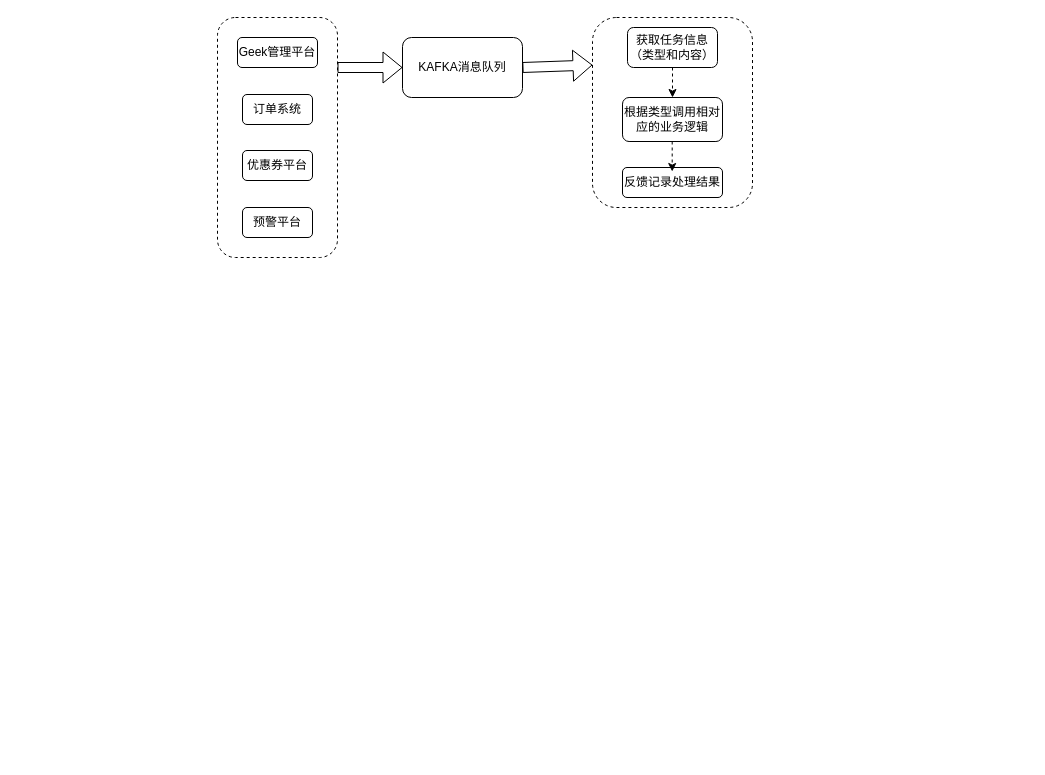
Above: message.drawio in yoooknight/Git (draw.io), before the change. Source tidied: cells renumbered, new cells numbered last; positions are measured from the earlier drawing's top-left corner, leaving out a move shared by most shapes. Both pictures are drawn from the tidied source at 100%, with x=0, y=0 at pixel (217, 17).
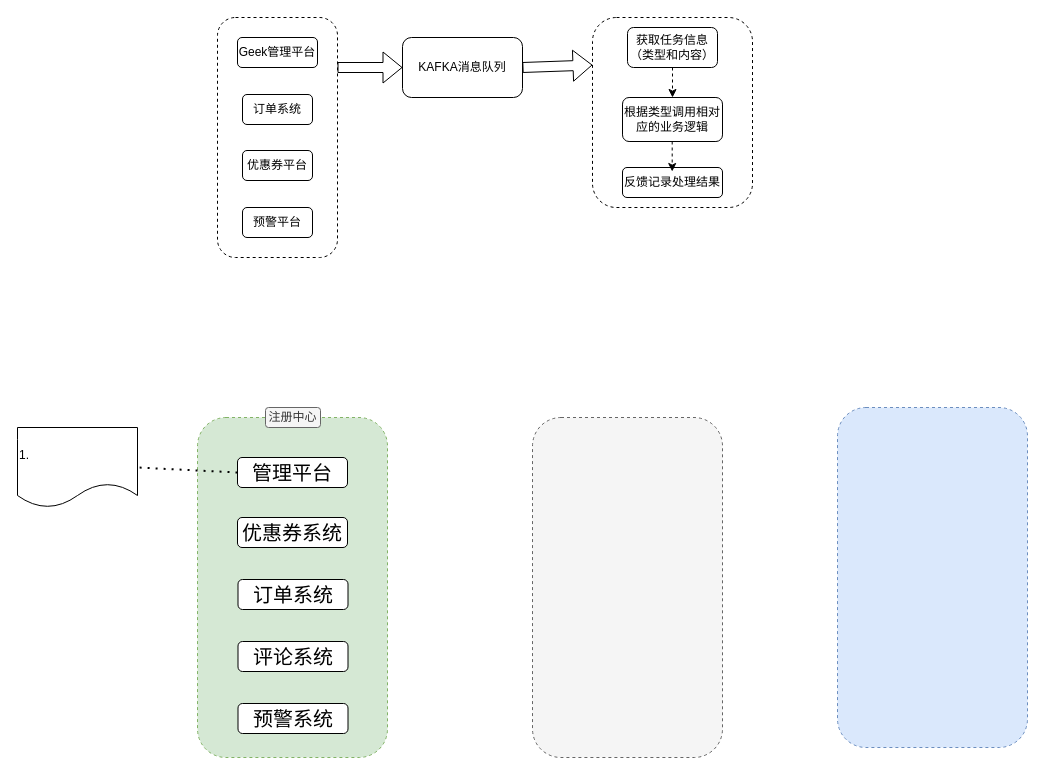
After the change.

What changed in the source:
```diff
@@
+    <mxCell id="16" style="rounded=1;whiteSpace=wrap;html=1;dashed=1;fillColor=#d5e8d4;strokeColor=#82b366;" parent="1" vertex="1">
+      <mxGeometry x="-20" y="400" width="190" height="340" as="geometry" />
+    </mxCell>
+    <mxCell id="17" value="注册中心" style="rounded=1;whiteSpace=wrap;html=1;fillColor=#f5f5f5;fontColor=#333333;strokeColor=#666666;" parent="1" vertex="1">
+      <mxGeometry x="48" y="390" width="55" height="20" as="geometry" />
+    </mxCell>
+    <mxCell id="18" value="&lt;font style=&quot;font-size: 20px;&quot;&gt;管理平台&lt;/font&gt;" style="rounded=1;whiteSpace=wrap;html=1;" parent="1" vertex="1">
+      <mxGeometry x="20" y="440" width="110" height="30" as="geometry" />
+    </mxCell>
+    <mxCell id="19" value="&lt;font style=&quot;font-size: 20px;&quot;&gt;订单系统&lt;/font&gt;" style="rounded=1;whiteSpace=wrap;html=1;" parent="1" vertex="1">
+      <mxGeometry x="20.5" y="562" width="110" height="30" as="geometry" />
+    </mxCell>
+    <mxCell id="20" value="&lt;font style=&quot;font-size: 20px;&quot;&gt;预警系统&lt;/font&gt;" style="rounded=1;whiteSpace=wrap;html=1;" parent="1" vertex="1">
+      <mxGeometry x="20.5" y="686" width="110" height="30" as="geometry" />
+    </mxCell>
+    <mxCell id="21" value="&lt;font style=&quot;font-size: 20px;&quot;&gt;评论系统&lt;/font&gt;" style="rounded=1;whiteSpace=wrap;html=1;" parent="1" vertex="1">
+      <mxGeometry x="20.5" y="624" width="110" height="30" as="geometry" />
+    </mxCell>
+    <mxCell id="22" value="&lt;font style=&quot;font-size: 20px;&quot;&gt;优惠券系统&lt;/font&gt;" style="rounded=1;whiteSpace=wrap;html=1;" parent="1" vertex="1">
+      <mxGeometry x="20" y="500" width="110" height="30" as="geometry" />
+    </mxCell>
+    <mxCell id="23" style="endArrow=none;dashed=1;html=1;dashPattern=1 3;strokeWidth=2;rounded=0;exitX=0;exitY=0.5;exitDx=0;exitDy=0;entryX=1;entryY=0.5;entryDx=0;entryDy=0;" parent="1" edge="1" source="18" target="24">
+      <mxGeometry relative="1" as="geometry" />
+    </mxCell>
+    <mxCell id="24" value="1.&amp;nbsp;" style="shape=document;whiteSpace=wrap;html=1;boundedLbl=1;align=left;" parent="1" vertex="1">
+      <mxGeometry x="-200" y="410" width="120" height="80" as="geometry" />
+    </mxCell>
+    <mxCell id="25" style="rounded=1;whiteSpace=wrap;html=1;dashed=1;fillColor=#dae8fc;strokeColor=#6c8ebf;" parent="1" vertex="1">
+      <mxGeometry x="620" y="390" width="190" height="340" as="geometry" />
+    </mxCell>
+    <mxCell id="26" style="rounded=1;whiteSpace=wrap;html=1;dashed=1;fillColor=#f5f5f5;strokeColor=#666666;fontColor=#333333;" parent="1" vertex="1">
+      <mxGeometry x="315" y="400" width="190" height="340" as="geometry" />
+    </mxCell>
```
